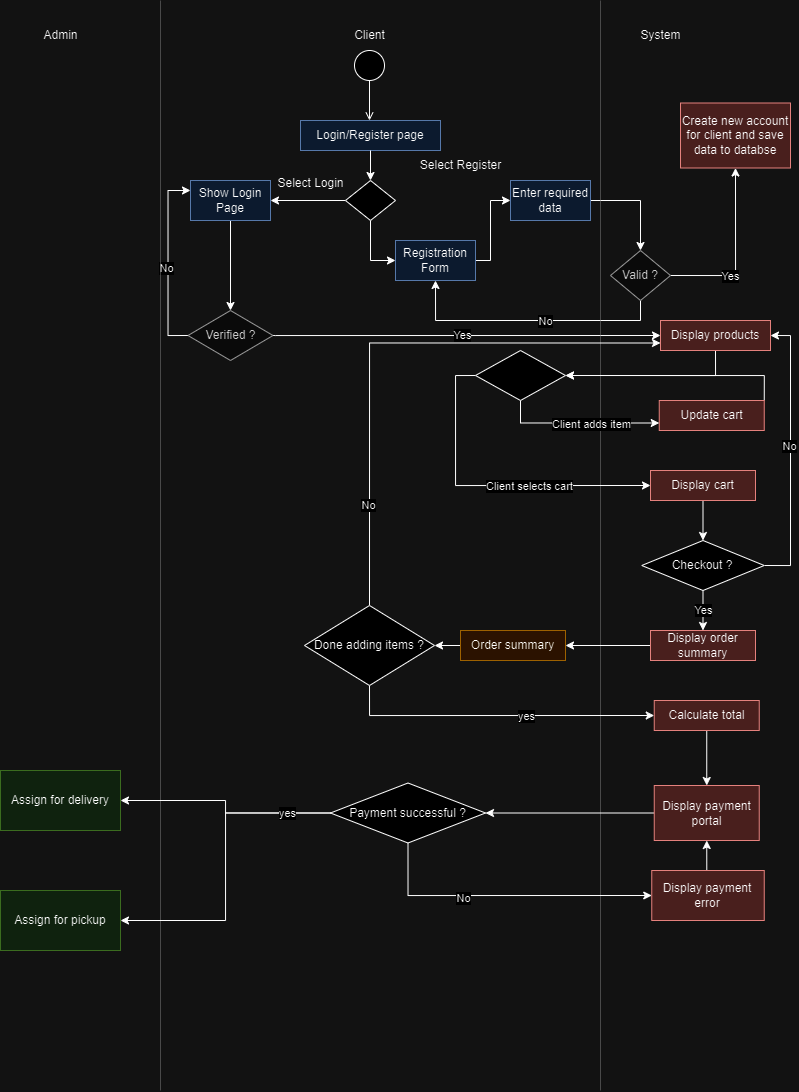
Yaq0ub/ZDeliver keeps this draw.io diagram as ZDeliverActivityDiagram.png. Above is the earlier version. Source tidied: cells renumbered, new cells last; positions are measured from the earlier drawing's top-left corner, leaving out a move shared by most shapes.
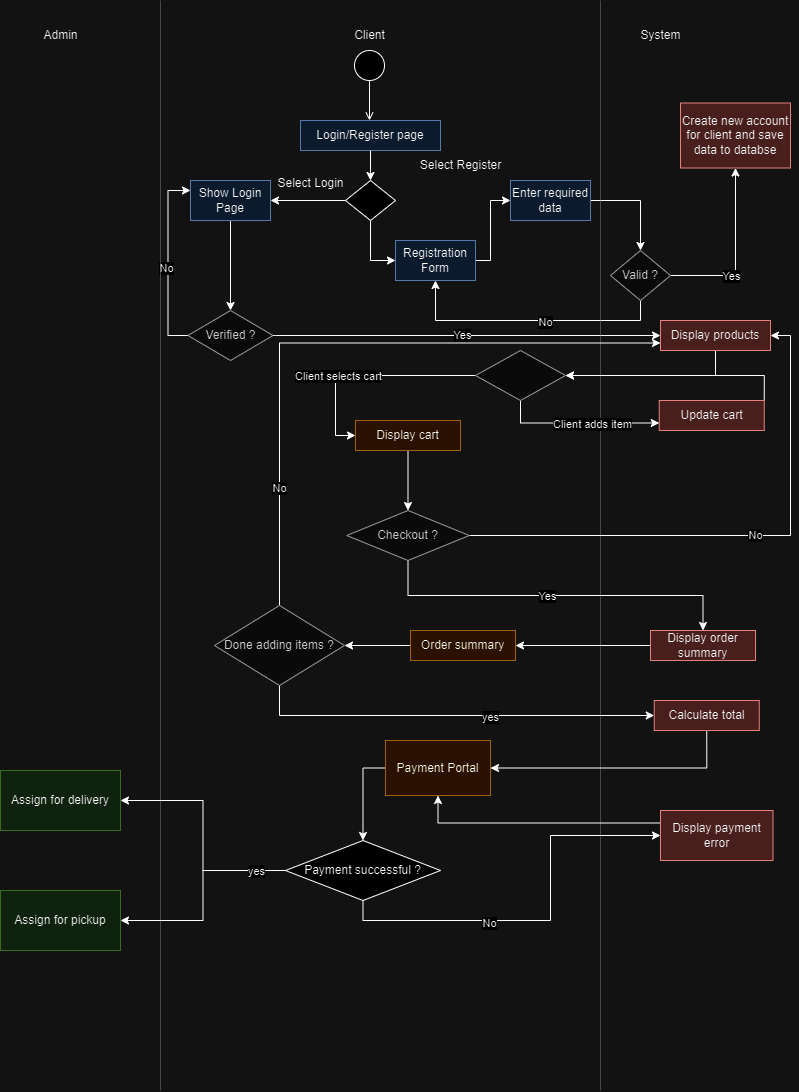
The same file after the commit.

Commit message:
Activity Diagram Edit

What changed in the source:
```diff
@@ -136,14 +136,14 @@
     <mxCell id="40" value="Client selects cart" style="edgeLabel;html=1;align=center;verticalAlign=middle;" parent="39" vertex="1">
       <mxGeometry x="0.26" relative="1" as="geometry" />
     </mxCell>
-    <mxCell id="41" style="rhombus;whiteSpace=wrap;html=1;" parent="1" vertex="1">
+    <mxCell id="41" style="rhombus;whiteSpace=wrap;html=1;fillColor=#f5f5f5;fontColor=#333333;strokeColor=#666666;" parent="1" vertex="1">
       <mxGeometry x="475" y="350" width="90" height="50" as="geometry" />
     </mxCell>
     <mxCell id="42" style="edgeStyle=orthogonalEdgeStyle;rounded=0;jettySize=auto;html=1;exitX=0.5;exitY=1;exitDx=0;exitDy=0;entryX=0.5;entryY=0;entryDx=0;entryDy=0;" parent="1" edge="1" source="43" target="48">
       <mxGeometry relative="1" as="geometry" />
     </mxCell>
-    <mxCell id="43" value="Display cart" style="rounded=0;whiteSpace=wrap;html=1;fillColor=#f8cecc;strokeColor=#b85450;" parent="1" vertex="1">
-      <mxGeometry x="650" y="470" width="105" height="30" as="geometry" />
+    <mxCell id="43" value="Display cart" style="rounded=0;whiteSpace=wrap;html=1;fillColor=#ffe6cc;strokeColor=#d79b00;" parent="1" vertex="1">
+      <mxGeometry x="355" y="420" width="105" height="30" as="geometry" />
     </mxCell>
     <mxCell id="44" style="edgeStyle=orthogonalEdgeStyle;rounded=0;jettySize=auto;html=1;exitX=1;exitY=0.5;exitDx=0;exitDy=0;entryX=1;entryY=0.5;entryDx=0;entryDy=0;" parent="1" edge="1" source="48" target="27">
       <mxGeometry relative="1" as="geometry" />
@@ -157,8 +157,8 @@
     <mxCell id="47" value="Yes" style="edgeLabel;html=1;align=center;verticalAlign=middle;" parent="46" vertex="1">
       <mxGeometry x="-0.05" relative="1" as="geometry" />
     </mxCell>
-    <mxCell id="48" value="Checkout ?" style="rhombus;whiteSpace=wrap;html=1;" parent="1" vertex="1">
-      <mxGeometry x="641.2" y="540" width="122.5" height="50" as="geometry" />
+    <mxCell id="48" value="Checkout ?" style="rhombus;whiteSpace=wrap;html=1;fillColor=#f5f5f5;fontColor=#333333;strokeColor=#666666;" parent="1" vertex="1">
+      <mxGeometry x="346.2" y="510" width="122.5" height="50" as="geometry" />
     </mxCell>
     <mxCell id="49" style="edgeStyle=orthogonalEdgeStyle;rounded=0;jettySize=auto;html=1;exitX=0;exitY=0.5;exitDx=0;exitDy=0;entryX=1;entryY=0.5;entryDx=0;entryDy=0;" parent="1" edge="1" source="50" target="52">
       <mxGeometry relative="1" as="geometry" />
@@ -170,9 +170,9 @@
       <mxGeometry relative="1" as="geometry" />
     </mxCell>
     <mxCell id="52" value="Order summary" style="rounded=0;whiteSpace=wrap;html=1;fillColor=#ffe6cc;strokeColor=#d79b00;" parent="1" vertex="1">
-      <mxGeometry x="460" y="630" width="105" height="30" as="geometry" />
+      <mxGeometry x="410" y="630" width="105" height="30" as="geometry" />
     </mxCell>
-    <mxCell id="53" style="edgeStyle=orthogonalEdgeStyle;rounded=0;jettySize=auto;html=1;exitX=0.5;exitY=1;exitDx=0;exitDy=0;entryX=0.5;entryY=0;entryDx=0;entryDy=0;" parent="1" edge="1" source="54" target="61">
+    <mxCell id="53" style="edgeStyle=orthogonalEdgeStyle;rounded=0;jettySize=auto;html=1;exitX=0.5;exitY=1;exitDx=0;exitDy=0;entryX=1;entryY=0.5;entryDx=0;entryDy=0;" parent="1" edge="1" source="54" target="61">
       <mxGeometry relative="1" as="geometry" />
     </mxCell>
     <mxCell id="54" value="Calculate total" style="rounded=0;whiteSpace=wrap;html=1;fillColor=#f8cecc;strokeColor=#b85450;" parent="1" vertex="1">
@@ -190,14 +190,14 @@
     <mxCell id="58" value="yes" style="edgeLabel;html=1;align=center;verticalAlign=middle;" parent="57" vertex="1">
       <mxGeometry x="0.18" y="-1" relative="1" as="geometry" />
     </mxCell>
-    <mxCell id="59" value="Done adding items ?" style="rhombus;whiteSpace=wrap;html=1;" parent="1" vertex="1">
-      <mxGeometry x="304" y="605" width="130" height="80" as="geometry" />
+    <mxCell id="59" value="Done adding items ?" style="rhombus;whiteSpace=wrap;html=1;fillColor=#f5f5f5;fontColor=#333333;strokeColor=#666666;" parent="1" vertex="1">
+      <mxGeometry x="214" y="605" width="130" height="80" as="geometry" />
     </mxCell>
-    <mxCell id="60" style="edgeStyle=orthogonalEdgeStyle;rounded=0;jettySize=auto;html=1;exitX=0;exitY=0.5;exitDx=0;exitDy=0;entryX=1;entryY=0.5;entryDx=0;entryDy=0;" parent="1" edge="1" source="61" target="69">
+    <mxCell id="60" style="edgeStyle=orthogonalEdgeStyle;rounded=0;jettySize=auto;html=1;exitX=0;exitY=0.5;exitDx=0;exitDy=0;entryX=0.5;entryY=0;entryDx=0;entryDy=0;" parent="1" edge="1" source="61" target="69">
       <mxGeometry relative="1" as="geometry" />
     </mxCell>
-    <mxCell id="61" value="Display payment portal" style="rounded=0;whiteSpace=wrap;html=1;fillColor=#f8cecc;strokeColor=#b85450;" parent="1" vertex="1">
-      <mxGeometry x="653.8" y="785" width="105" height="55" as="geometry" />
+    <mxCell id="61" value="Payment Portal" style="rounded=0;whiteSpace=wrap;html=1;fillColor=#ffe6cc;strokeColor=#d79b00;" parent="1" vertex="1">
+      <mxGeometry x="385" y="740" width="105" height="55" as="geometry" />
     </mxCell>
     <mxCell id="62" value="Assign for delivery" style="rounded=0;whiteSpace=wrap;html=1;fillColor=#d5e8d4;strokeColor=#82b366;" parent="1" vertex="1">
       <mxGeometry y="770" width="120" height="60" as="geometry" />
@@ -221,13 +221,13 @@
       <mxGeometry x="-0.27" y="-2" relative="1" as="geometry" />
     </mxCell>
     <mxCell id="69" value="Payment successful ?" style="rhombus;whiteSpace=wrap;html=1;" parent="1" vertex="1">
-      <mxGeometry x="330" y="782.5" width="155" height="60" as="geometry" />
+      <mxGeometry x="285" y="840" width="155" height="60" as="geometry" />
     </mxCell>
-    <mxCell id="70" style="edgeStyle=orthogonalEdgeStyle;rounded=0;jettySize=auto;html=1;exitX=0.5;exitY=0;exitDx=0;exitDy=0;entryX=0.5;entryY=1;entryDx=0;entryDy=0;" parent="1" edge="1" source="71" target="61">
+    <mxCell id="70" style="edgeStyle=orthogonalEdgeStyle;rounded=0;jettySize=auto;html=1;exitX=0;exitY=0.25;exitDx=0;exitDy=0;entryX=0.5;entryY=1;entryDx=0;entryDy=0;" parent="1" edge="1" source="71" target="61">
       <mxGeometry relative="1" as="geometry" />
     </mxCell>
     <mxCell id="71" value="Display payment error" style="rounded=0;whiteSpace=wrap;html=1;fillColor=#f8cecc;strokeColor=#b85450;" parent="1" vertex="1">
-      <mxGeometry x="651.2" y="870" width="112.5" height="50" as="geometry" />
+      <mxGeometry x="660" y="810" width="112.5" height="50" as="geometry" />
     </mxCell>
   </root>
 </mxGraphModel>
```
